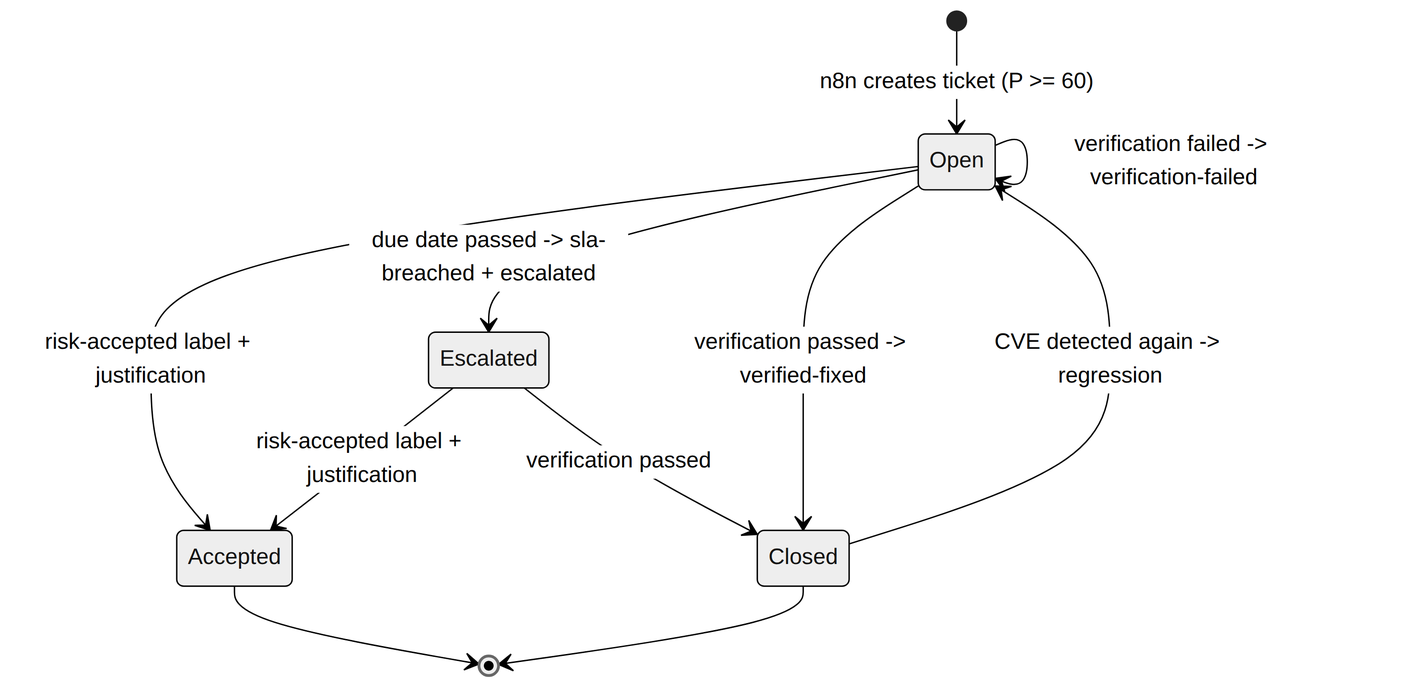
The Mermaid diagram documentation/report-kit/diagrams/d3-ticket-lifecycle.png in aminsmida2022-alt/Vulproject, before a commit. Its source is kept beside it as documentation/report-kit/diagrams/d3-ticket-lifecycle.mmd. Its diagram source:
```mermaid
stateDiagram-v2
    [*] --> Open: n8n creates ticket (P >= 60)
    Open --> Open: SLA 75% -> sla-warning
    Open --> Escalated: due date passed -> sla-breached + escalated
    Escalated --> Closed: verification passed
    Open --> Open: verification failed -> verification-failed
    Open --> Closed: verification passed -> verified-fixed
    Open --> Accepted: risk-accepted label + justification
    Escalated --> Accepted: risk-accepted label + justification
    Closed --> Open: CVE detected again -> regression
    Accepted --> [*]
    Closed --> [*]
```
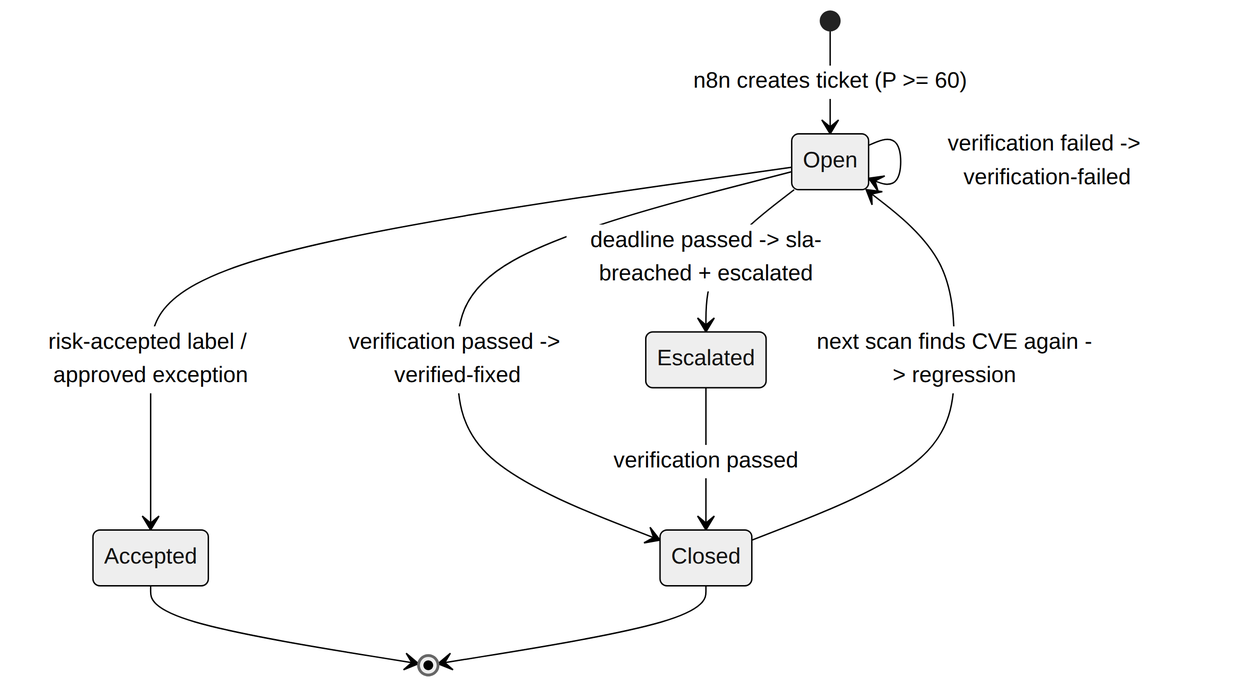
After the change.

What changed in the source:
```diff
@@ -1,12 +1,11 @@
 stateDiagram-v2
     [*] --> Open: n8n creates ticket (P >= 60)
-    Open --> Open: SLA 75% -> sla-warning
-    Open --> Escalated: due date passed -> sla-breached + escalated
+    Open --> Open: 75% of SLA elapsed -> sla-warning
+    Open --> Escalated: deadline passed -> sla-breached + escalated
+    Open --> Closed: verification passed -> verified-fixed
+    Open --> Open: verification failed -> verification-failed
+    Open --> Accepted: risk-accepted label / approved exception
+    Closed --> Open: next scan finds CVE again -> regression
     Escalated --> Closed: verification passed
-    Open --> Open: verification failed -> verification-failed
-    Open --> Closed: verification passed -> verified-fixed
-    Open --> Accepted: risk-accepted label + justification
-    Escalated --> Accepted: risk-accepted label + justification
-    Closed --> Open: CVE detected again -> regression
     Accepted --> [*]
     Closed --> [*]
```
